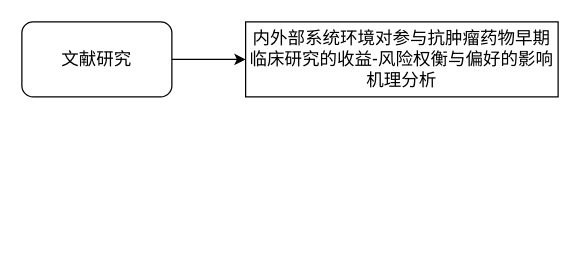
The draw.io diagram 总体流程图.drawio in linger9085/hello-world, before the edit. Source tidied: cells renumbered, new cells numbered last; positions are measured from the earlier drawing's top-left corner, leaving out a move shared by most shapes. Both pictures are drawn from the tidied source at 125%, with x=0, y=0 at pixel (21, 21).
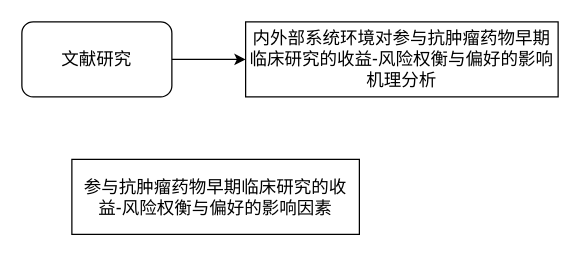
After the change.

Commit message (it also covers changes not shown here):
更新总体流程图.drawio

Diff of the diagram source:
```diff
@@
 <mxGraphModel>
   <root>
     <mxCell id="0" />
     <mxCell id="1" parent="0" />
     <mxCell id="2" style="edgeStyle=orthogonalEdgeStyle;rounded=0;jettySize=auto;html=1;exitX=1;exitY=0.5;exitDx=0;exitDy=0;entryX=0;entryY=0.5;entryDx=0;entryDy=0;" parent="1" edge="1" source="3" target="4">
       <mxGeometry relative="1" as="geometry" />
     </mxCell>
     <mxCell id="3" value="文献研究" style="rounded=1;whiteSpace=wrap;html=1;fontSize=14;" parent="1" vertex="1">
       <mxGeometry width="120" height="60" as="geometry" />
     </mxCell>
     <mxCell id="4" value="内外部系统环境对参与抗肿瘤药物早期临床研究的收益-风险权衡与偏好的影响机理分析" style="rounded=0;whiteSpace=wrap;html=1;fontSize=14;" parent="1" vertex="1">
       <mxGeometry x="179" width="250" height="60" as="geometry" />
     </mxCell>
+    <mxCell id="5" value="参与抗肿瘤药物早期临床研究的收益-风险权衡与偏好的影响因素" style="rounded=0;whiteSpace=wrap;html=1;fontSize=14;" parent="1" vertex="1">
+      <mxGeometry x="40" y="110" width="230" height="60" as="geometry" />
+    </mxCell>
   </root>
 </mxGraphModel>
```
